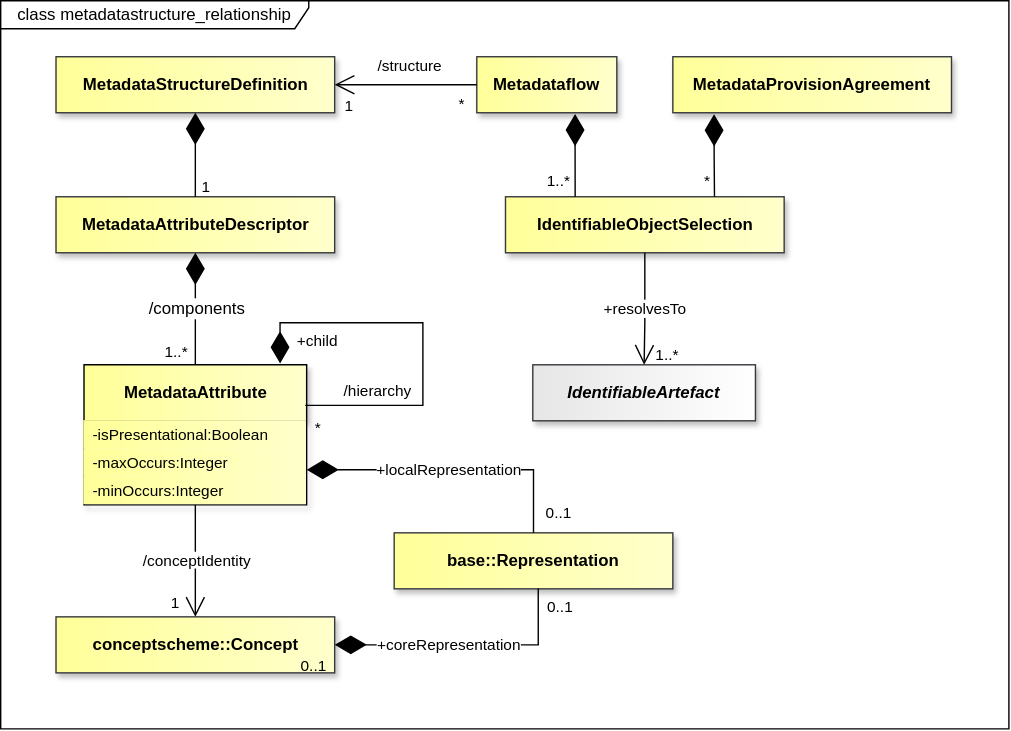
Before: docs/information_model/media/sdmx_metadatastructure-metadatastructure_relationship.svg, a diagram exported from draw.io (sdmx-twg/sdmx-im). Source tidied: cells renumbered, new cells last; positions are measured from the earlier drawing's top-left corner, leaving out a move shared by most shapes.
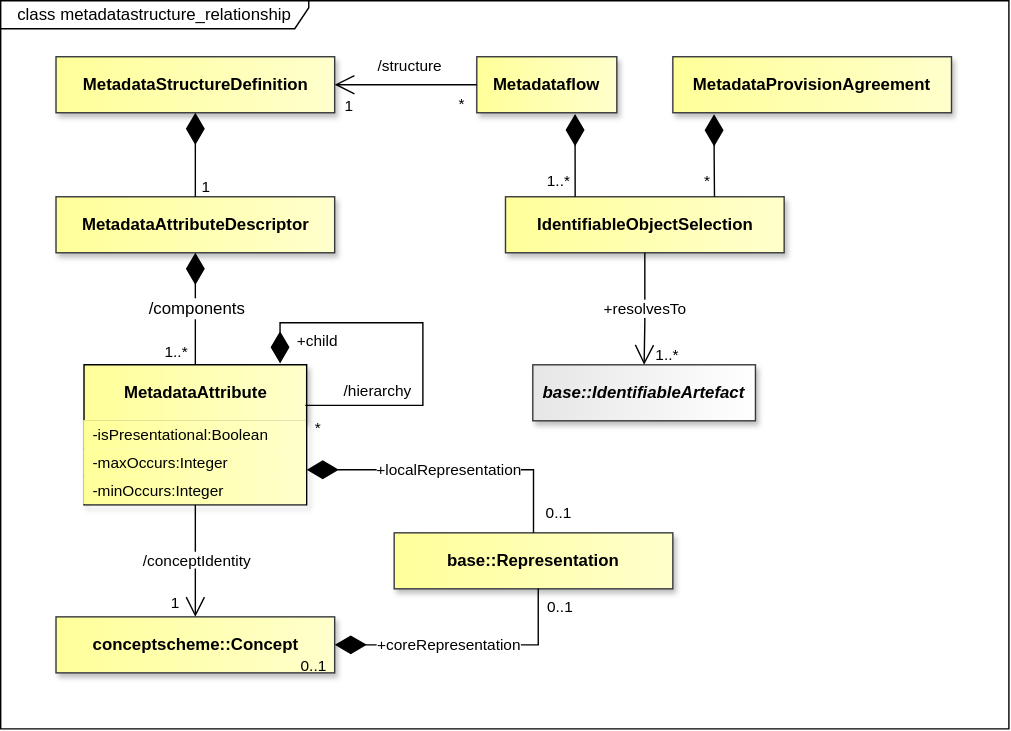
After the commit.

Diff of the diagram source:
```diff
@@ -159,7 +159,7 @@
         <mxPoint x="25" y="1" as="offset" />
       </mxGeometry>
     </mxCell>
-    <mxCell id="39" value="IdentifiableArtefact" style="whiteSpace=wrap;html=1;verticalAlign=middle;gradientDirection=east;imageVerticalAlign=top;fontStyle=3;fillColor=light-dark(#E6E6E6,#E6E6E6);strokeColor=#36393d;fontColor=light-dark(#000000,#000000);gradientColor=light-dark(#FFFFFF,#FFFFFF);shadow=1;" parent="1" vertex="1">
+    <mxCell id="39" value="base::IdentifiableArtefact" style="whiteSpace=wrap;html=1;verticalAlign=middle;gradientDirection=east;imageVerticalAlign=top;fontStyle=3;fillColor=light-dark(#E6E6E6,#E6E6E6);strokeColor=#36393d;fontColor=light-dark(#000000,#000000);gradientColor=light-dark(#FFFFFF,#FFFFFF);shadow=1;" parent="1" vertex="1">
       <mxGeometry x="380" y="260" width="159" height="40" as="geometry" />
     </mxCell>
     <mxCell id="40" value="&lt;span style=&quot;&quot;&gt;+resolvesTo&lt;/span&gt;" style="endArrow=open;html=1;endSize=12;startArrow=none;startSize=20;startFill=0;edgeStyle=orthogonalEdgeStyle;rounded=0;endFill=0;strokeColor=light-dark(#000000,#FFFFFF);fontColor=light-dark(#000000,#FFFFFF);labelBackgroundColor=default;entryX=0.5;entryY=0;entryDx=0;entryDy=0;exitX=0.5;exitY=1;exitDx=0;exitDy=0;" parent="1" edge="1" source="15" target="39">
```
